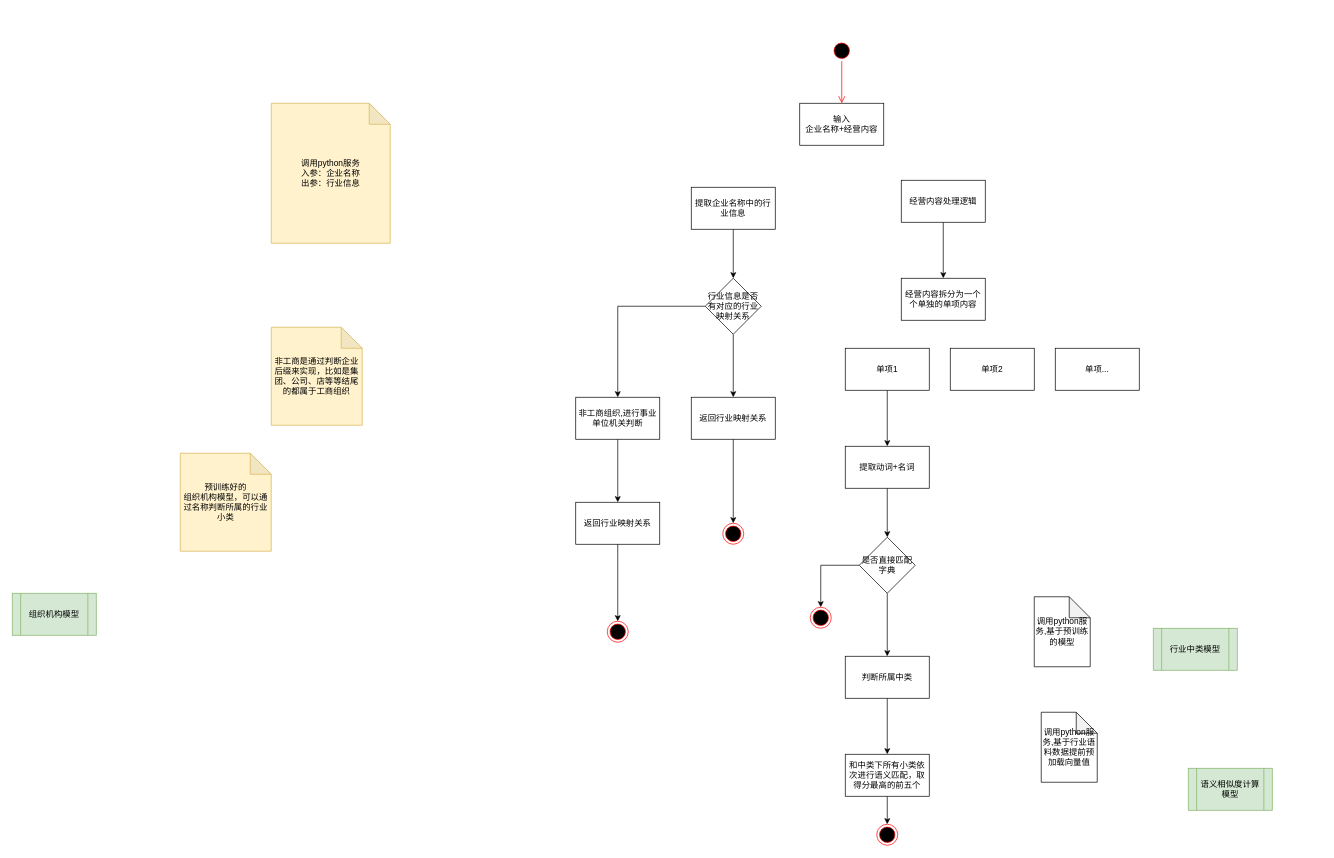
This is 未命名绘图.drawio from n-i-n-g-e-n/drawio, a draw.io file, before an edit. Source tidied: cells renumbered, new cells numbered last; positions are measured from the earlier drawing's top-left corner, leaving out a move shared by most shapes. Both pictures are drawn from the tidied source at 70%, with x=0, y=0 at pixel (12, 40).
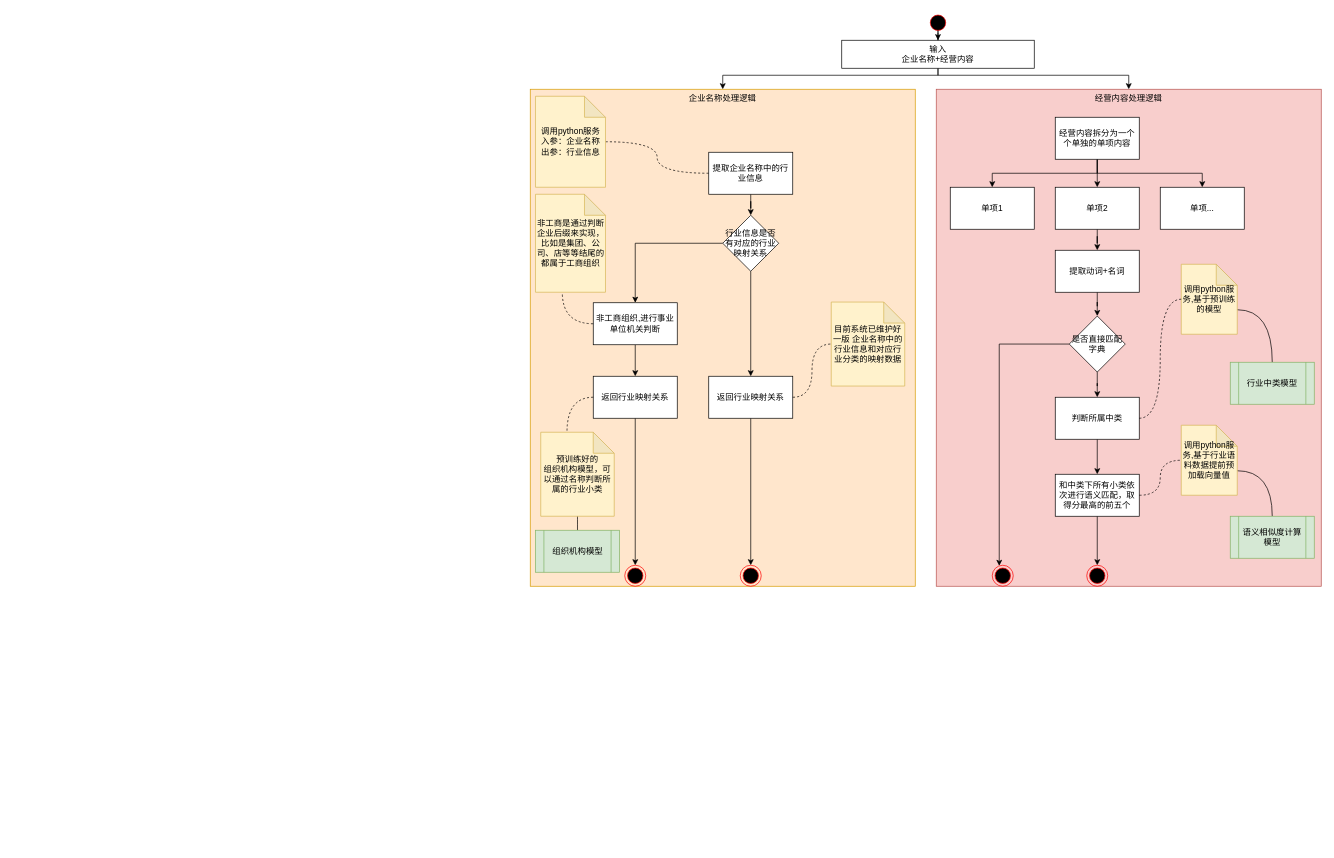
After the change.

Commit message:
分类处理逻辑.drawio

What changed in the source:
```diff
@@
+    <mxCell id="44" value="企业名称处理逻辑" style="rounded=0;whiteSpace=wrap;html=1;fillColor=#ffe6cc;strokeColor=#d79b00;horizontal=1;verticalAlign=top;" parent="1" vertex="1">
+      <mxGeometry x="740" y="70" width="550" height="710" as="geometry" />
+    </mxCell>
+    <mxCell id="8" value="经营内容处理逻辑" style="rounded=0;whiteSpace=wrap;html=1;fillColor=#f8cecc;strokeColor=#b85450;horizontal=1;verticalAlign=top;" parent="1" vertex="1">
+      <mxGeometry x="1320" y="70" width="550" height="710" as="geometry" />
+    </mxCell>
+    <mxCell id="3" style="edgeStyle=orthogonalEdgeStyle;rounded=0;jettySize=auto;html=1;" parent="1" edge="1" source="2" target="4">
+      <mxGeometry relative="1" as="geometry" />
+    </mxCell>
     <mxCell id="2" style="ellipse;html=1;shape=startState;fillColor=#000000;strokeColor=#ff0000;" parent="1" vertex="1">
-      <mxGeometry x="1170" width="30" height="30" as="geometry" />
+      <mxGeometry x="1307.5" y="-40" width="30" height="30" as="geometry" />
     </mxCell>
-    <mxCell id="3" style="edgeStyle=orthogonalEdgeStyle;html=1;verticalAlign=bottom;endArrow=open;endSize=8;strokeColor=#ff0000;rounded=0;entryX=0.5;entryY=0;entryDx=0;entryDy=0;" parent="1" edge="1" source="2" target="4">
-      <mxGeometry relative="1" as="geometry" />
-    </mxCell>
+    <mxCell id="45" style="edgeStyle=orthogonalEdgeStyle;rounded=0;jettySize=auto;html=1;exitX=0.5;exitY=1;exitDx=0;exitDy=0;entryX=0.5;entryY=0;entryDx=0;entryDy=0;" parent="1" edge="1" source="4" target="44">
+      <mxGeometry relative="1" as="geometry">
+        <Array as="points">
+          <mxPoint x="1323" y="50" />
+          <mxPoint x="1015" y="50" />
+        </Array>
+      </mxGeometry>
+    </mxCell>
+    <mxCell id="46" style="edgeStyle=orthogonalEdgeStyle;rounded=0;jettySize=auto;html=1;exitX=0.5;exitY=1;exitDx=0;exitDy=0;entryX=0.5;entryY=0;entryDx=0;entryDy=0;" parent="1" edge="1" source="4" target="8">
+      <mxGeometry relative="1" as="geometry">
+        <Array as="points">
+          <mxPoint x="1323" y="50" />
+          <mxPoint x="1595" y="50" />
+        </Array>
+      </mxGeometry>
+    </mxCell>
     <mxCell id="4" value="输入&lt;div&gt;企业名称+经营内容&lt;/div&gt;" style="rounded=0;whiteSpace=wrap;html=1;" parent="1" vertex="1">
-      <mxGeometry x="1125" y="90" width="120" height="60" as="geometry" />
+      <mxGeometry x="1185" width="275" height="40" as="geometry" />
     </mxCell>
@@
+    <mxCell id="47" style="edgeStyle=orthogonalEdgeStyle;rounded=0;jettySize=auto;html=1;exitX=0;exitY=0.5;exitDx=0;exitDy=0;curved=1;endArrow=none;endFill=0;dashed=1;" parent="1" edge="1" source="6" target="9">
+      <mxGeometry relative="1" as="geometry" />
+    </mxCell>
     <mxCell id="6" value="提取企业名称中的行业信息" style="rounded=0;whiteSpace=wrap;html=1;" parent="1" vertex="1">
-      <mxGeometry x="970" y="210" width="120" height="60" as="geometry" />
+      <mxGeometry x="995" y="160" width="120" height="60" as="geometry" />
     </mxCell>
-    <mxCell id="7" style="edgeStyle=orthogonalEdgeStyle;rounded=0;jettySize=auto;html=1;" parent="1" edge="1" source="8" target="22">
-      <mxGeometry relative="1" as="geometry" />
-    </mxCell>
-    <mxCell id="8" value="经营内容处理逻辑" style="rounded=0;whiteSpace=wrap;html=1;" parent="1" vertex="1">
-      <mxGeometry x="1270" y="200" width="120" height="60" as="geometry" />
-    </mxCell>
     <mxCell id="9" value="调用python服务&lt;div&gt;入参：企业名称&lt;/div&gt;&lt;div&gt;出参：行业信息&lt;/div&gt;" style="shape=note;whiteSpace=wrap;html=1;backgroundOutline=1;darkOpacity=0.05;fillColor=#fff2cc;strokeColor=#d6b656;" parent="1" vertex="1">
-      <mxGeometry x="370" y="90" width="170" height="200" as="geometry" />
+      <mxGeometry x="747.5" y="80" width="100" height="130" as="geometry" />
     </mxCell>
@@
     <mxCell id="12" value="行业信息是否有对应的行业映射关系" style="rhombus;whiteSpace=wrap;html=1;rounded=0;" parent="1" vertex="1">
-      <mxGeometry x="990" y="340" width="80" height="80" as="geometry" />
+      <mxGeometry x="1015" y="250" width="80" height="80" as="geometry" />
     </mxCell>
@@
     <mxCell id="14" value="返回行业映射关系" style="whiteSpace=wrap;html=1;rounded=0;" parent="1" vertex="1">
-      <mxGeometry x="970" y="510" width="120" height="60" as="geometry" />
+      <mxGeometry x="995" y="480" width="120" height="60" as="geometry" />
     </mxCell>
@@
     <mxCell id="16" value="非工商组织,进行事业单位机关判断" style="whiteSpace=wrap;html=1;rounded=0;" parent="1" vertex="1">
-      <mxGeometry x="805" y="510" width="120" height="60" as="geometry" />
+      <mxGeometry x="830" y="375" width="120" height="60" as="geometry" />
     </mxCell>
     <mxCell id="17" style="ellipse;html=1;shape=endState;fillColor=#000000;strokeColor=#ff0000;" parent="1" vertex="1">
-      <mxGeometry x="850" y="830" width="30" height="30" as="geometry" />
+      <mxGeometry x="875" y="750" width="30" height="30" as="geometry" />
     </mxCell>
@@
     <mxCell id="19" value="返回行业映射关系" style="whiteSpace=wrap;html=1;rounded=0;" parent="1" vertex="1">
-      <mxGeometry x="805" y="660" width="120" height="60" as="geometry" />
+      <mxGeometry x="830" y="480" width="120" height="60" as="geometry" />
     </mxCell>
     <mxCell id="20" value="非工商是通过判断企业后缀来实现，比如是集团、公司、店等等结尾的都属于工商组织" style="shape=note;whiteSpace=wrap;html=1;backgroundOutline=1;darkOpacity=0.05;fillColor=#fff2cc;strokeColor=#d6b656;" parent="1" vertex="1">
-      <mxGeometry x="370" y="410" width="130" height="140" as="geometry" />
+      <mxGeometry x="747.5" y="220" width="100" height="140" as="geometry" />
     </mxCell>
     <mxCell id="21" style="ellipse;html=1;shape=endState;fillColor=#000000;strokeColor=#ff0000;" parent="1" vertex="1">
-      <mxGeometry x="1015" y="690" width="30" height="30" as="geometry" />
+      <mxGeometry x="1040" y="750" width="30" height="30" as="geometry" />
     </mxCell>
+    <mxCell id="48" style="edgeStyle=orthogonalEdgeStyle;rounded=0;jettySize=auto;html=1;exitX=0.5;exitY=1;exitDx=0;exitDy=0;entryX=0.5;entryY=0;entryDx=0;entryDy=0;" parent="1" edge="1" source="22" target="24">
+      <mxGeometry relative="1" as="geometry" />
+    </mxCell>
+    <mxCell id="49" style="edgeStyle=orthogonalEdgeStyle;rounded=0;jettySize=auto;html=1;exitX=0.5;exitY=1;exitDx=0;exitDy=0;entryX=0.5;entryY=0;entryDx=0;entryDy=0;" parent="1" edge="1" source="22" target="25">
+      <mxGeometry relative="1" as="geometry" />
+    </mxCell>
+    <mxCell id="50" style="edgeStyle=orthogonalEdgeStyle;rounded=0;jettySize=auto;html=1;exitX=0.5;exitY=1;exitDx=0;exitDy=0;entryX=0.5;entryY=0;entryDx=0;entryDy=0;" parent="1" edge="1" source="22" target="26">
+      <mxGeometry relative="1" as="geometry" />
+    </mxCell>
     <mxCell id="22" value="经营内容拆分为一个个单独的单项内容" style="rounded=0;whiteSpace=wrap;html=1;" parent="1" vertex="1">
-      <mxGeometry x="1270" y="340" width="120" height="60" as="geometry" />
+      <mxGeometry x="1490" y="110" width="120" height="60" as="geometry" />
     </mxCell>
-    <mxCell id="23" style="edgeStyle=orthogonalEdgeStyle;rounded=0;jettySize=auto;html=1;" parent="1" edge="1" source="24" target="28">
+    <mxCell id="23" style="edgeStyle=orthogonalEdgeStyle;rounded=0;jettySize=auto;html=1;exitX=0.5;exitY=1;exitDx=0;exitDy=0;" parent="1" edge="1" source="25" target="28">
       <mxGeometry relative="1" as="geometry" />
     </mxCell>
     <mxCell id="24" value="单项1" style="rounded=0;whiteSpace=wrap;html=1;" parent="1" vertex="1">
-      <mxGeometry x="1190" y="440" width="120" height="60" as="geometry" />
+      <mxGeometry x="1340" y="210" width="120" height="60" as="geometry" />
     </mxCell>
     <mxCell id="25" value="单项2" style="rounded=0;whiteSpace=wrap;html=1;" parent="1" vertex="1">
-      <mxGeometry x="1340" y="440" width="120" height="60" as="geometry" />
+      <mxGeometry x="1490" y="210" width="120" height="60" as="geometry" />
     </mxCell>
     <mxCell id="26" value="单项..." style="rounded=0;whiteSpace=wrap;html=1;" parent="1" vertex="1">
-      <mxGeometry x="1490" y="440" width="120" height="60" as="geometry" />
+      <mxGeometry x="1640" y="210" width="120" height="60" as="geometry" />
     </mxCell>
@@
     <mxCell id="28" value="提取动词+名词" style="rounded=0;whiteSpace=wrap;html=1;" parent="1" vertex="1">
-      <mxGeometry x="1190" y="580" width="120" height="60" as="geometry" />
+      <mxGeometry x="1490" y="300" width="120" height="60" as="geometry" />
     </mxCell>
-    <mxCell id="29" style="edgeStyle=orthogonalEdgeStyle;rounded=0;jettySize=auto;html=1;" parent="1" edge="1" source="31" target="32">
-      <mxGeometry relative="1" as="geometry" />
+    <mxCell id="29" style="edgeStyle=orthogonalEdgeStyle;rounded=0;jettySize=auto;html=1;exitX=0;exitY=0.5;exitDx=0;exitDy=0;" parent="1" edge="1" source="31" target="32">
+      <mxGeometry relative="1" as="geometry">
+        <Array as="points">
+          <mxPoint x="1410" y="434" />
+        </Array>
+      </mxGeometry>
     </mxCell>
@@
     <mxCell id="31" value="是否直接匹配字典" style="rhombus;whiteSpace=wrap;html=1;rounded=0;" parent="1" vertex="1">
-      <mxGeometry x="1210" y="710" width="80" height="80" as="geometry" />
+      <mxGeometry x="1510" y="394" width="80" height="80" as="geometry" />
     </mxCell>
     <mxCell id="32" style="ellipse;html=1;shape=endState;fillColor=#000000;strokeColor=#ff0000;" parent="1" vertex="1">
-      <mxGeometry x="1140" y="810" width="30" height="30" as="geometry" />
+      <mxGeometry x="1400" y="750" width="30" height="30" as="geometry" />
     </mxCell>
@@
     <mxCell id="34" value="判断所属中类" style="whiteSpace=wrap;html=1;rounded=0;" parent="1" vertex="1">
-      <mxGeometry x="1190" y="880" width="120" height="60" as="geometry" />
+      <mxGeometry x="1490" y="510" width="120" height="60" as="geometry" />
     </mxCell>
@@
     <mxCell id="36" value="和中类下所有小类依次进行语义匹配，取得分最高的前五个" style="whiteSpace=wrap;html=1;rounded=0;" parent="1" vertex="1">
-      <mxGeometry x="1190" y="1020" width="120" height="60" as="geometry" />
+      <mxGeometry x="1490" y="620" width="120" height="60" as="geometry" />
     </mxCell>
     <mxCell id="37" style="ellipse;html=1;shape=endState;fillColor=#000000;strokeColor=#ff0000;" parent="1" vertex="1">
-      <mxGeometry x="1235" y="1120" width="30" height="30" as="geometry" />
+      <mxGeometry x="1535" y="750" width="30" height="30" as="geometry" />
     </mxCell>
+    <mxCell id="51" style="edgeStyle=orthogonalEdgeStyle;rounded=0;jettySize=auto;html=1;exitX=0;exitY=0;exitDx=80;exitDy=65;exitPerimeter=0;entryX=0.5;entryY=0;entryDx=0;entryDy=0;curved=1;endArrow=none;endFill=0;" parent="1" edge="1" source="38" target="43">
+      <mxGeometry relative="1" as="geometry" />
+    </mxCell>
-    <mxCell id="38" value="调用python服务,基于行业语料数据提前预加载向量值" style="shape=note;whiteSpace=wrap;html=1;backgroundOutline=1;darkOpacity=0.05;" parent="1" vertex="1">
-      <mxGeometry x="1470" y="960" width="80" height="100" as="geometry" />
+    <mxCell id="38" value="调用python服务,基于行业语料数据提前预加载向量值" style="shape=note;whiteSpace=wrap;html=1;backgroundOutline=1;darkOpacity=0.05;fillColor=#fff2cc;strokeColor=#d6b656;" parent="1" vertex="1">
+      <mxGeometry x="1670" y="550" width="80" height="100" as="geometry" />
     </mxCell>
+    <mxCell id="52" style="edgeStyle=orthogonalEdgeStyle;rounded=0;jettySize=auto;html=1;exitX=0;exitY=0;exitDx=80;exitDy=65;exitPerimeter=0;entryX=0.5;entryY=0;entryDx=0;entryDy=0;curved=1;endArrow=none;endFill=0;" parent="1" edge="1" source="39" target="42">
+      <mxGeometry relative="1" as="geometry" />
+    </mxCell>
-    <mxCell id="39" value="调用python服务,基于预训练的模型" style="shape=note;whiteSpace=wrap;html=1;backgroundOutline=1;darkOpacity=0.05;" parent="1" vertex="1">
-      <mxGeometry x="1460" y="795" width="80" height="100" as="geometry" />
+    <mxCell id="39" value="调用python服务,基于预训练的模型" style="shape=note;whiteSpace=wrap;html=1;backgroundOutline=1;darkOpacity=0.05;fillColor=#fff2cc;strokeColor=#d6b656;" parent="1" vertex="1">
+      <mxGeometry x="1670" y="320" width="80" height="100" as="geometry" />
     </mxCell>
+    <mxCell id="53" style="edgeStyle=orthogonalEdgeStyle;rounded=0;jettySize=auto;html=1;exitX=0.5;exitY=1;exitDx=0;exitDy=0;exitPerimeter=0;entryX=0.5;entryY=0;entryDx=0;entryDy=0;endArrow=none;endFill=0;curved=1;" parent="1" edge="1" source="40" target="41">
+      <mxGeometry relative="1" as="geometry" />
+    </mxCell>
     <mxCell id="40" value="&lt;div&gt;预训练好的&lt;/div&gt;组织机构模型，可以通过名称判断所属的行业小类" style="shape=note;whiteSpace=wrap;html=1;backgroundOutline=1;darkOpacity=0.05;fillColor=#fff2cc;strokeColor=#d6b656;" parent="1" vertex="1">
-      <mxGeometry x="240" y="590" width="130" height="140" as="geometry" />
+      <mxGeometry x="755" y="560" width="105" height="120" as="geometry" />
     </mxCell>
     <mxCell id="41" value="组织机构模型" style="shape=process;whiteSpace=wrap;html=1;backgroundOutline=1;fillColor=#d5e8d4;strokeColor=#82b366;" parent="1" vertex="1">
-      <mxGeometry y="790" width="120" height="60" as="geometry" />
+      <mxGeometry x="747.5" y="700" width="120" height="60" as="geometry" />
     </mxCell>
     <mxCell id="42" value="行业中类模型" style="shape=process;whiteSpace=wrap;html=1;backgroundOutline=1;fillColor=#d5e8d4;strokeColor=#82b366;" parent="1" vertex="1">
-      <mxGeometry x="1630" y="840" width="120" height="60" as="geometry" />
+      <mxGeometry x="1740" y="460" width="120" height="60" as="geometry" />
     </mxCell>
     <mxCell id="43" value="语义相似度计算模型" style="shape=process;whiteSpace=wrap;html=1;backgroundOutline=1;fillColor=#d5e8d4;strokeColor=#82b366;" parent="1" vertex="1">
-      <mxGeometry x="1680" y="1040" width="120" height="60" as="geometry" />
+      <mxGeometry x="1740" y="680" width="120" height="60" as="geometry" />
     </mxCell>
+    <mxCell id="54" value="目前系统已维护好一版 企业名称中的行业信息和对应行业分类的映射数据&lt;div&gt;&lt;/div&gt;" style="shape=note;whiteSpace=wrap;html=1;backgroundOutline=1;darkOpacity=0.05;fillColor=#fff2cc;strokeColor=#d6b656;" parent="1" vertex="1">
+      <mxGeometry x="1170" y="374" width="105" height="120" as="geometry" />
+    </mxCell>
+    <mxCell id="55" style="edgeStyle=orthogonalEdgeStyle;rounded=0;jettySize=auto;html=1;exitX=0;exitY=0.5;exitDx=0;exitDy=0;entryX=0.383;entryY=1;entryDx=0;entryDy=0;entryPerimeter=0;curved=1;endArrow=none;endFill=0;dashed=1;" parent="1" edge="1" source="16" target="20">
+      <mxGeometry relative="1" as="geometry" />
+    </mxCell>
+    <mxCell id="56" style="edgeStyle=orthogonalEdgeStyle;rounded=0;jettySize=auto;html=1;exitX=0;exitY=0.5;exitDx=0;exitDy=0;entryX=0;entryY=0;entryDx=37.5;entryDy=0;entryPerimeter=0;curved=1;endArrow=none;endFill=0;dashed=1;" parent="1" edge="1" source="19" target="40">
+      <mxGeometry relative="1" as="geometry" />
+    </mxCell>
+    <mxCell id="57" style="edgeStyle=orthogonalEdgeStyle;rounded=0;jettySize=auto;html=1;exitX=1;exitY=0.5;exitDx=0;exitDy=0;entryX=0;entryY=0.5;entryDx=0;entryDy=0;entryPerimeter=0;dashed=1;curved=1;endArrow=none;endFill=0;" parent="1" edge="1" source="34" target="39">
+      <mxGeometry relative="1" as="geometry" />
+    </mxCell>
+    <mxCell id="58" style="edgeStyle=orthogonalEdgeStyle;rounded=0;jettySize=auto;html=1;exitX=1;exitY=0.5;exitDx=0;exitDy=0;entryX=0;entryY=0.5;entryDx=0;entryDy=0;entryPerimeter=0;dashed=1;curved=1;endArrow=none;endFill=0;" parent="1" edge="1" source="36" target="38">
+      <mxGeometry relative="1" as="geometry" />
+    </mxCell>
+    <mxCell id="59" style="edgeStyle=orthogonalEdgeStyle;rounded=0;jettySize=auto;html=1;exitX=1;exitY=0.5;exitDx=0;exitDy=0;entryX=0;entryY=0.5;entryDx=0;entryDy=0;entryPerimeter=0;curved=1;endArrow=none;endFill=0;dashed=1;" parent="1" edge="1" source="14" target="54">
+      <mxGeometry relative="1" as="geometry" />
+    </mxCell>
```
